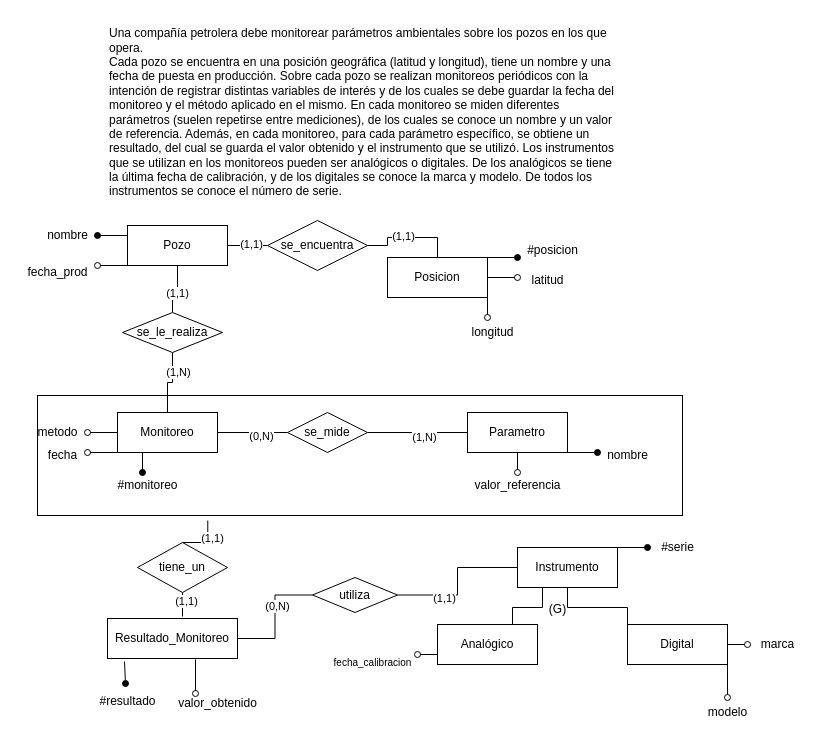
Earlier version of the draw.io diagram Practicas-Resueltas/Practica-1/Ejercicio6Parte2.drawio (massimoparzanese/Bases-de-Datos-1-2025). Source tidied: cells renumbered, new cells numbered last; positions are measured from the earlier drawing's top-left corner, leaving out a move shared by most shapes. Both pictures are drawn from the tidied source at 100%, with x=0, y=0 at pixel (17, 17).
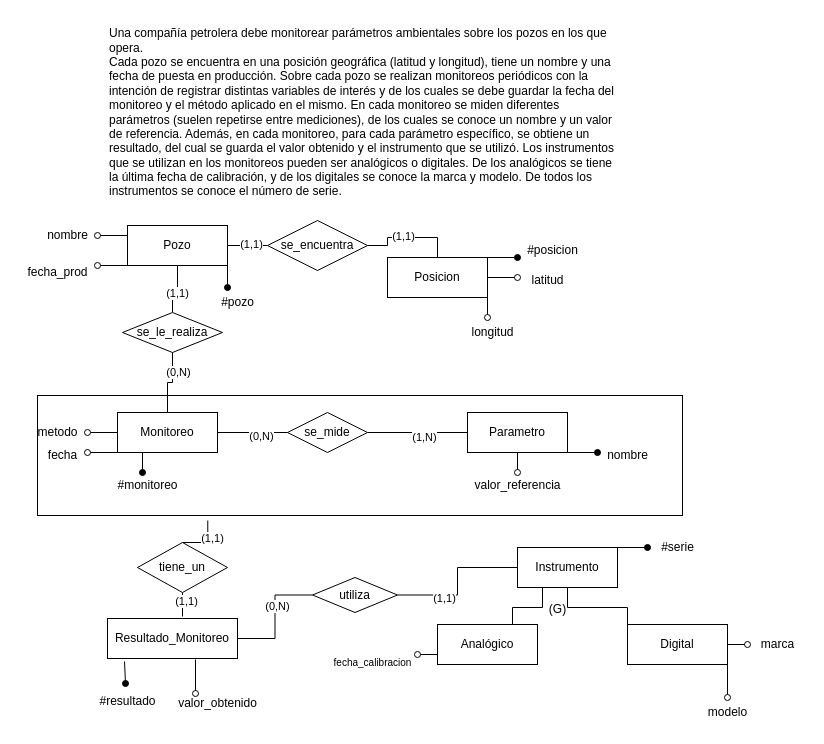
Above is the later version.

Unchanged cells that the change refers to:
```xml
<mxCell id="5" value="Pozo" style="whiteSpace=wrap;html=1;align=center;" parent="1" vertex="1">
  <mxGeometry x="110" y="208" width="100" height="40" as="geometry" />
</mxCell>
<mxCell id="69" style="edgeStyle=orthogonalEdgeStyle;rounded=0;jettySize=auto;html=1;exitX=0.5;exitY=1;exitDx=0;exitDy=0;endArrow=none;endFill=0;" parent="1" edge="1" source="54" target="16">
  <mxGeometry relative="1" as="geometry" />
</mxCell>
```

Diff of the diagram source:
```diff
@@
-    <mxCell id="3" style="edgeStyle=orthogonalEdgeStyle;rounded=0;jettySize=auto;html=1;exitX=0;exitY=0.25;exitDx=0;exitDy=0;endArrow=oval;endFill=1;" parent="1" edge="1" source="5">
+    <mxCell id="3" style="edgeStyle=orthogonalEdgeStyle;rounded=0;jettySize=auto;html=1;exitX=0;exitY=0.25;exitDx=0;exitDy=0;endArrow=oval;endFill=0;" parent="1" edge="1" source="5">
       <mxGeometry relative="1" as="geometry">
         <mxPoint x="80" y="218" as="targetPoint" />
       </mxGeometry>
     </mxCell>
@@
+    <mxCell id="72" style="edgeStyle=orthogonalEdgeStyle;rounded=0;jettySize=auto;html=1;exitX=1;exitY=1;exitDx=0;exitDy=0;endArrow=oval;endFill=1;" parent="1" edge="1" source="5">
+      <mxGeometry relative="1" as="geometry">
+        <mxPoint x="210" y="270" as="targetPoint" />
+      </mxGeometry>
+    </mxCell>
@@
-    <mxCell id="61" value="fecha_prod" style="text;html=1;align=center;verticalAlign=middle;strokeColor=none;fillColor=none;" parent="1" vertex="1">
+    <mxCell id="61" value="fecha_prod" style="text;html=1;align=center;verticalAlign=middle;strokeColor=none;fillColor=none;rotation=0;" parent="1" vertex="1">
       <mxGeometry y="240" width="80" height="30" as="geometry" />
     </mxCell>
@@
-    <mxCell id="70" value="(1,N)" style="edgeLabel;html=1;align=center;verticalAlign=middle;" parent="69" vertex="1">
+    <mxCell id="70" value="(0,N)" style="edgeLabel;html=1;align=center;verticalAlign=middle;" parent="69" vertex="1">
       <mxGeometry x="-0.42" y="5" relative="1" as="geometry" />
     </mxCell>
@@
+    <mxCell id="73" value="#pozo" style="text;html=1;align=center;verticalAlign=middle;strokeColor=none;fillColor=none;" parent="1" vertex="1">
+      <mxGeometry x="190" y="270" width="60" height="30" as="geometry" />
+    </mxCell>
```
